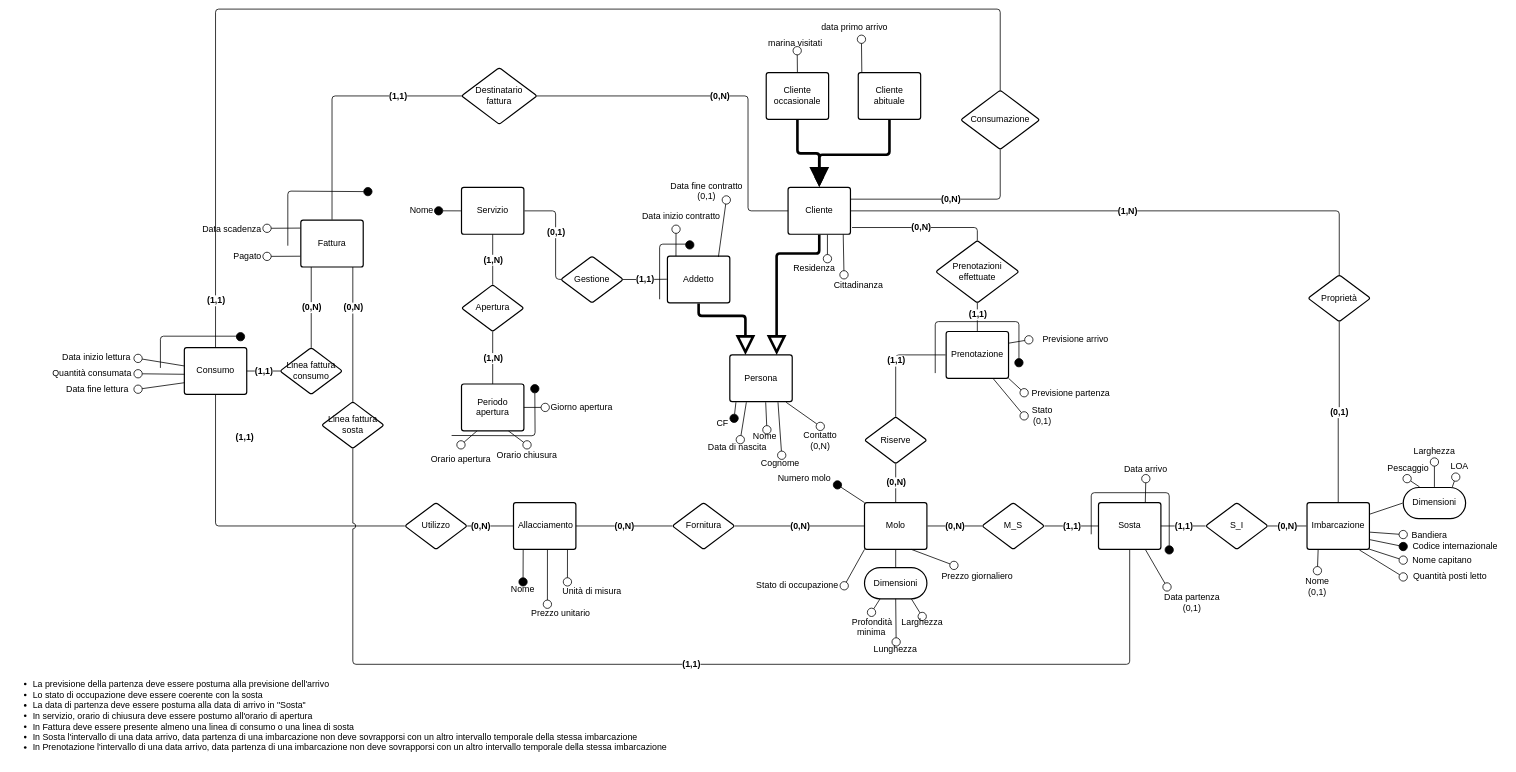
Before: page "Concettuale ridotto" (4 of 5) of src_relazione_tex/Er.drawio in alessandro-massarenti/Progetto-basi-di-dati-2022, a draw.io diagram. Source tidied: cells renumbered, new cells numbered last; positions are measured from the earlier drawing's top-left corner, leaving out a move shared by most shapes. Both pictures are drawn from the tidied source at 52%, with x=0, y=0 at pixel (9, 9).
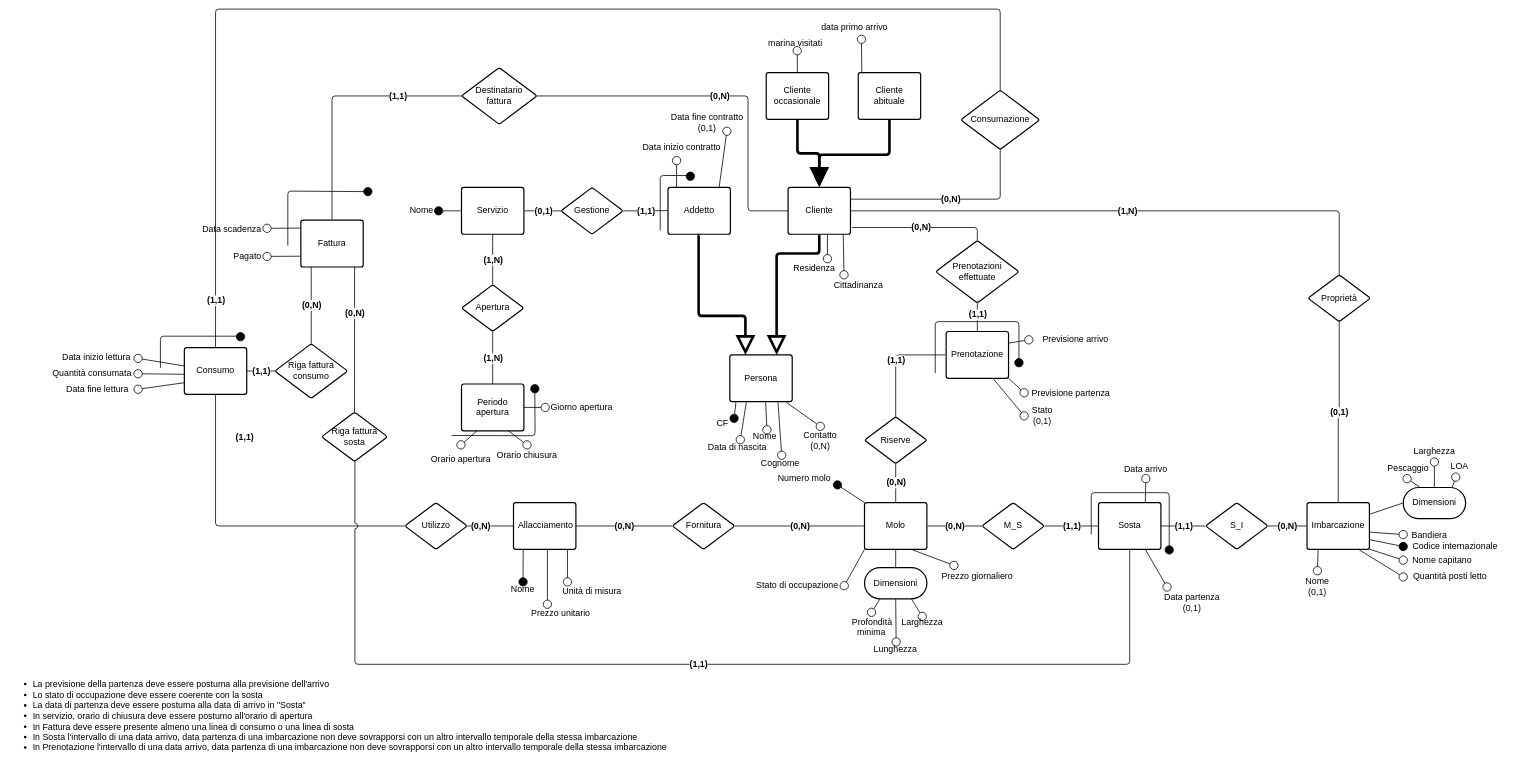
After the change.

The change refers to these unchanged cells:
```xml
<mxCell id="36" value="Servizio" style="html=1;overflow=block;blockSpacing=1;whiteSpace=wrap;fontSize=17;fontColor=#000000;spacing=9;strokeColor=#000000;strokeOpacity=100;rounded=1;absoluteArcSize=1;arcSize=9;strokeWidth=2.3;" parent="1" vertex="1">
  <mxGeometry x="870" y="343" width="120" height="90" as="geometry" />
</mxCell>
<mxCell id="116" value="Fattura" style="html=1;overflow=block;blockSpacing=1;whiteSpace=wrap;fontSize=17;fontColor=#000000;spacing=9;strokeColor=#000000;strokeOpacity=100;rounded=1;absoluteArcSize=1;arcSize=9;strokeWidth=2.3;" parent="1" vertex="1">
  <mxGeometry x="561" y="406" width="120" height="90" as="geometry" />
</mxCell>
<mxCell id="149" value="Sosta" style="html=1;overflow=block;blockSpacing=1;whiteSpace=wrap;fontSize=17;fontColor=#000000;spacing=9;strokeColor=#000000;strokeOpacity=100;rounded=1;absoluteArcSize=1;arcSize=9;strokeWidth=2.3;" parent="1" vertex="1">
  <mxGeometry x="2095" y="949" width="120" height="90" as="geometry" />
</mxCell>
```

Diff of the diagram source:
```diff
@@
     <mxCell id="2" value="Data inizio contratto" style="html=1;overflow=block;blockSpacing=1;whiteSpace=wrap;fontSize=17;fontColor=#000000;spacing=0;fillColor=#ffffff;strokeWidth=1.5;strokeColor=none;" parent="1" vertex="1">
-      <mxGeometry x="1211" y="379" width="163" height="40" as="geometry" />
+      <mxGeometry x="1212.1" y="247" width="163" height="40" as="geometry" />
     </mxCell>
@@
     <mxCell id="12" value="Data fine contratto&#10;(0,1)" style="html=1;overflow=block;blockSpacing=1;whiteSpace=wrap;fontSize=17;fontColor=#000000;spacing=0;fillColor=#ffffff;strokeWidth=1.5;strokeColor=none;" parent="1" vertex="1">
-      <mxGeometry x="1266" y="330" width="151" height="37" as="geometry" />
+      <mxGeometry x="1267.1" y="198" width="151" height="37" as="geometry" />
     </mxCell>
@@
     <mxCell id="35" value="Addetto" style="html=1;overflow=block;blockSpacing=1;whiteSpace=wrap;fontSize=17;fontColor=#000000;spacing=9;strokeColor=#000000;strokeOpacity=100;rounded=1;absoluteArcSize=1;arcSize=9;strokeWidth=2.3;" parent="1" vertex="1">
-      <mxGeometry x="1266" y="475" width="120" height="90" as="geometry" />
+      <mxGeometry x="1267.1" y="343" width="120" height="90" as="geometry" />
     </mxCell>
@@
     <mxCell id="77" value="Gestione" style="html=1;overflow=block;blockSpacing=1;whiteSpace=wrap;rhombus;fontSize=17;fontColor=#000000;spacing=3.8;strokeColor=#000000;strokeOpacity=100;rounded=1;absoluteArcSize=1;arcSize=9;strokeWidth=2.3;" parent="1" vertex="1">
-      <mxGeometry x="1061" y="475" width="120" height="90" as="geometry" />
+      <mxGeometry x="1061" y="343" width="120" height="90" as="geometry" />
     </mxCell>
     <mxCell id="78" style="html=1;jettySize=18;whiteSpace=wrap;fontSize=17;strokeColor=#000000;strokeWidth=1.5;rounded=1;arcSize=12;edgeStyle=orthogonalEdgeStyle;startArrow=none;endArrow=none;exitX=1.009;exitY=0.5;exitPerimeter=0;entryX=0.009;entryY=0.5;entryPerimeter=0;" parent="1" edge="1" source="36" target="77">
       <mxGeometry relative="1" as="geometry">
         <Array as="points">
           <mxPoint x="1051" y="388" />
-          <mxPoint x="1051" y="519" />
+          <mxPoint x="1051" y="388" />
         </Array>
       </mxGeometry>
     </mxCell>
@@
-    <mxCell id="80" style="html=1;jettySize=18;whiteSpace=wrap;fontSize=17;fontColor=#000000;fontStyle=1;strokeColor=#000000;strokeWidth=1.5;rounded=1;arcSize=12;edgeStyle=orthogonalEdgeStyle;startArrow=none;endArrow=none;exitX=0.991;exitY=0.5;exitPerimeter=0;entryX=-0.009;entryY=0.494;entryPerimeter=0;" parent="1" edge="1" source="77" target="35">
+    <mxCell id="80" style="html=1;jettySize=18;whiteSpace=wrap;fontSize=17;fontColor=#000000;fontStyle=1;strokeColor=#000000;strokeWidth=1.5;rounded=1;arcSize=12;edgeStyle=orthogonalEdgeStyle;startArrow=none;endArrow=none;entryX=-0.009;entryY=0.494;entryPerimeter=0;exitX=1;exitY=0.5;exitDx=0;exitDy=0;" parent="1" edge="1" source="77" target="35">
       <mxGeometry relative="1" as="geometry" />
     </mxCell>
@@
-    <mxCell id="117" value="Linea fattura consumo" style="html=1;overflow=block;blockSpacing=1;whiteSpace=wrap;rhombus;fontSize=17;fontColor=#000000;spacing=3.8;strokeColor=#000000;strokeOpacity=100;rounded=1;absoluteArcSize=1;arcSize=9;strokeWidth=2.3;" parent="1" vertex="1">
-      <mxGeometry x="521" y="651" width="120" height="90" as="geometry" />
+    <mxCell id="117" value="Riga fattura consumo" style="html=1;overflow=block;blockSpacing=1;whiteSpace=wrap;rhombus;fontSize=17;fontColor=#000000;spacing=3.8;strokeColor=#000000;strokeOpacity=100;rounded=1;absoluteArcSize=1;arcSize=9;strokeWidth=2.3;" parent="1" vertex="1">
+      <mxGeometry x="511" y="643.5" width="140" height="105" as="geometry" />
     </mxCell>
@@
-    <mxCell id="172" value="Linea fattura sosta" style="html=1;overflow=block;blockSpacing=1;whiteSpace=wrap;rhombus;fontSize=17;fontColor=#000000;spacing=3.8;strokeColor=#000000;strokeOpacity=100;rounded=1;absoluteArcSize=1;arcSize=9;strokeWidth=2.3;" parent="1" vertex="1">
-      <mxGeometry x="601" y="755" width="120" height="90" as="geometry" />
+    <mxCell id="172" value="Riga fattura sosta" style="html=1;overflow=block;blockSpacing=1;whiteSpace=wrap;rhombus;fontSize=17;fontColor=#000000;spacing=3.8;strokeColor=#000000;strokeOpacity=100;rounded=1;absoluteArcSize=1;arcSize=9;strokeWidth=2.3;" parent="1" vertex="1">
+      <mxGeometry x="601" y="775" width="126.7" height="95" as="geometry" />
     </mxCell>
     <mxCell id="173" style="html=1;jettySize=18;whiteSpace=wrap;fontSize=17;fontColor=#000000;fontStyle=1;strokeColor=#000000;strokeWidth=1.5;rounded=1;arcSize=12;edgeStyle=orthogonalEdgeStyle;startArrow=none;endArrow=none;exitX=0.5;exitY=0.004;exitPerimeter=0;" parent="1" edge="1" source="172" target="116">
       <mxGeometry relative="1" as="geometry">
         <Array as="points">
-          <mxPoint x="661" y="756" />
+          <mxPoint x="665" y="630" />
+          <mxPoint x="665" y="630" />
         </Array>
       </mxGeometry>
     </mxCell>
@@
     <mxCell id="175" style="html=1;jettySize=18;whiteSpace=wrap;fontSize=17;fontColor=#000000;fontStyle=1;strokeColor=#000000;strokeWidth=1.5;rounded=1;arcSize=12;edgeStyle=orthogonalEdgeStyle;startArrow=none;endArrow=none;exitX=0.5;exitY=1;exitDx=0;exitDy=0;jumpStyle=arc;jumpSize=10;" parent="1" edge="1" source="149" target="172">
       <mxGeometry relative="1" as="geometry">
         <Array as="points">
           <mxPoint x="2155" y="1260" />
-          <mxPoint x="661" y="1260" />
+          <mxPoint x="665" y="1260" />
         </Array>
       </mxGeometry>
     </mxCell>
@@
     <mxCell id="177" style="html=1;jettySize=18;whiteSpace=wrap;fontSize=17;strokeColor=#000000;strokeWidth=1.5;rounded=1;arcSize=12;edgeStyle=orthogonalEdgeStyle;startArrow=none;endArrow=oval;endFill=1;endSize=16;" parent="1" edge="1">
       <mxGeometry relative="1" as="geometry">
-        <mxPoint x="1251" y="558" as="sourcePoint" />
-        <mxPoint x="1309" y="453.5" as="targetPoint" />
+        <mxPoint x="1252.1" y="426" as="sourcePoint" />
+        <mxPoint x="1310.1" y="321.5" as="targetPoint" />
         <Array as="points">
-          <mxPoint x="1251" y="558" />
-          <mxPoint x="1251" y="452" />
-          <mxPoint x="1309" y="452" />
+          <mxPoint x="1252.1" y="426" />
+          <mxPoint x="1252.1" y="320" />
+          <mxPoint x="1310.1" y="320" />
         </Array>
       </mxGeometry>
     </mxCell>
```
